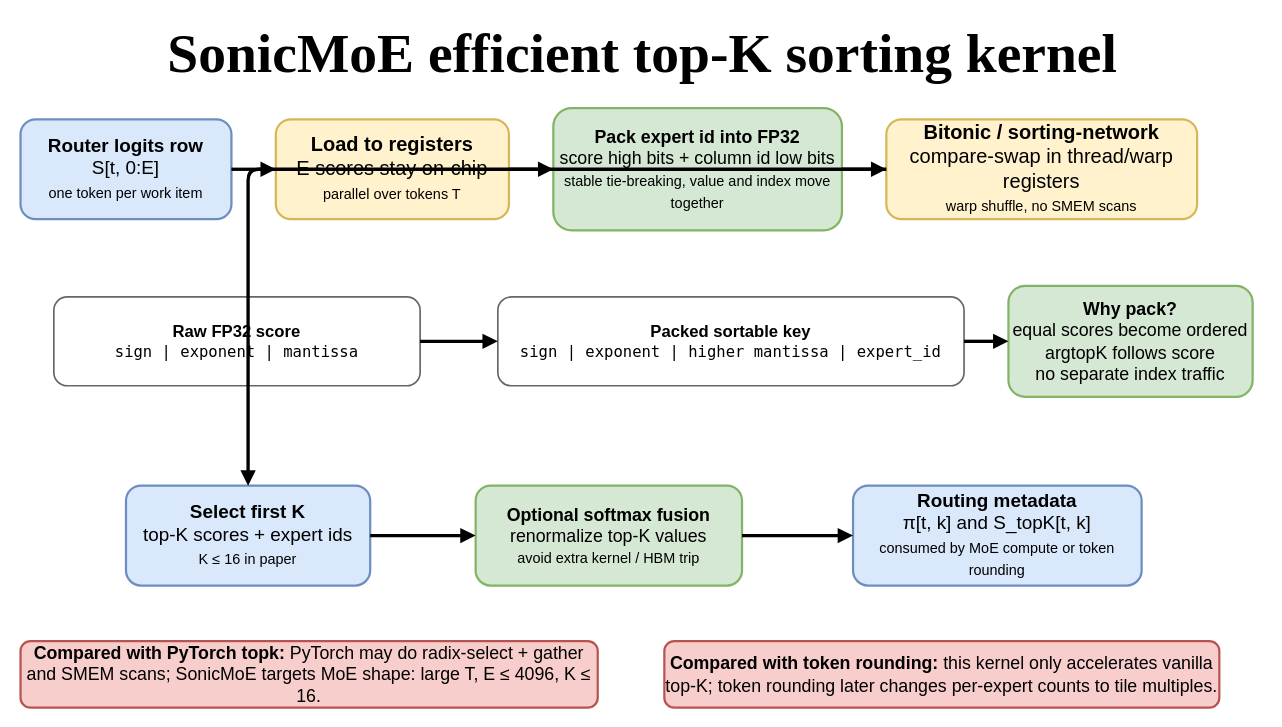
This is static/drawio/2026-04-27-sonicmoe-blackwell-深度解读-fine-grained-moe-kernel-的算法-软件-硬件三层堆叠/figures/F4.drawio from cassiewilliam/blog, a draw.io file, before an edit. Source tidied: cells renumbered, new cells numbered last; positions are measured from the earlier drawing's top-left corner, leaving out a move shared by most shapes. Both pictures are drawn from the tidied source at 111%, with x=0, y=0 at pixel (20, 19).
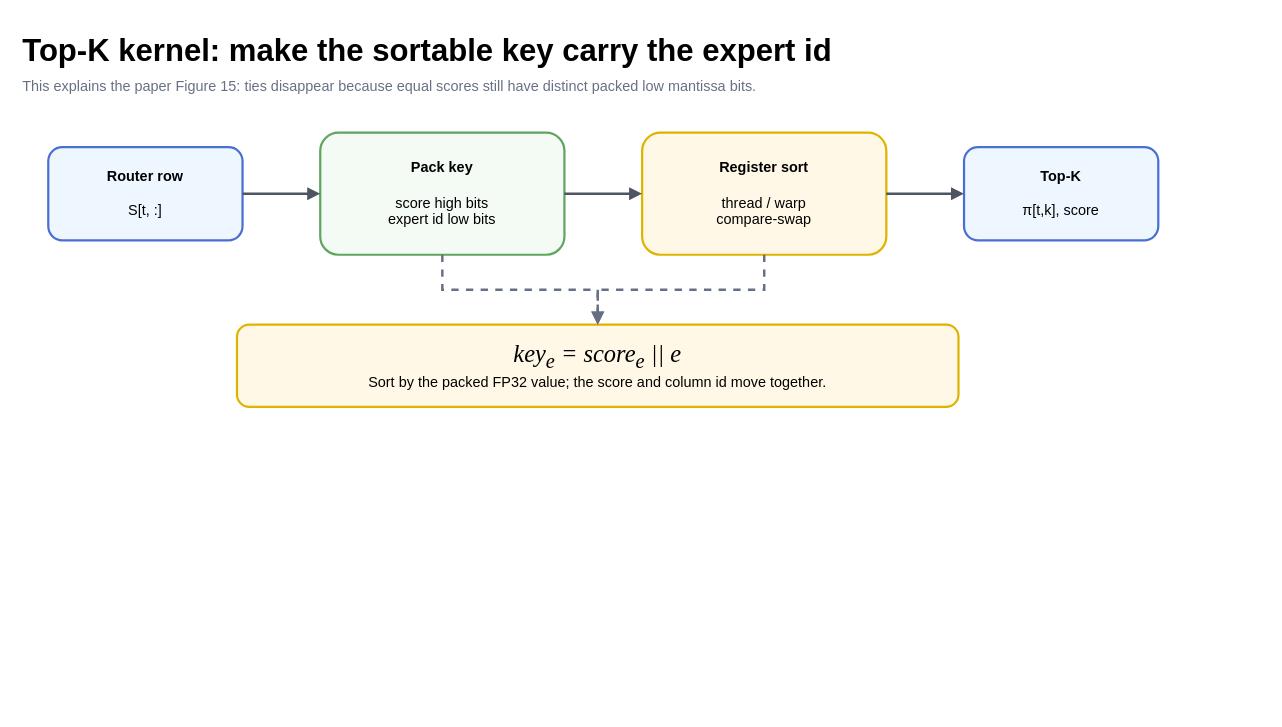
After the change.

Commit message (it also covers changes not shown here):
Redraw SonicMoE explainer figures

The edit, as a diff of the source:
```diff
@@
-    <mxCell id="2" value="&lt;font style=&quot;font-size: 50px;&quot;&gt;&lt;b&gt;SonicMoE efficient top-K sorting kernel&lt;/b&gt;&lt;/font&gt;" style="text;html=1;strokeColor=none;fillColor=none;align=center;verticalAlign=middle;fontFamily=Times New Roman;fontSize=50;" parent="1" vertex="1">
-      <mxGeometry width="1120" height="60" as="geometry" />
-    </mxCell>
-    <mxCell id="3" value="&lt;b&gt;Router logits row&lt;/b&gt;&lt;br&gt;S[t, 0:E]&lt;br&gt;&lt;font style=&quot;font-size:13px&quot;&gt;one token per work item&lt;/font&gt;" style="rounded=1;whiteSpace=wrap;html=1;fillColor=#dae8fc;strokeColor=#6c8ebf;strokeWidth=2;align=center;verticalAlign=middle;fontFamily=Helvetica;fontSize=17;" parent="1" vertex="1">
-      <mxGeometry y="90" width="190" height="90" as="geometry" />
-    </mxCell>
-    <mxCell id="4" value="&lt;b&gt;Load to registers&lt;/b&gt;&lt;br&gt;E scores stay on-chip&lt;br&gt;&lt;font style=&quot;font-size:13px&quot;&gt;parallel over tokens T&lt;/font&gt;" style="rounded=1;whiteSpace=wrap;html=1;fillColor=#fff2cc;strokeColor=#d6b656;strokeWidth=2;align=center;verticalAlign=middle;fontFamily=Helvetica;fontSize=18;" parent="1" vertex="1">
-      <mxGeometry x="230" y="90" width="210" height="90" as="geometry" />
-    </mxCell>
-    <mxCell id="5" value="&lt;b&gt;Pack expert id into FP32&lt;/b&gt;&lt;br&gt;score high bits + column id low bits&lt;br&gt;&lt;font style=&quot;font-size:13px&quot;&gt;stable tie-breaking, value and index move together&lt;/font&gt;" style="rounded=1;whiteSpace=wrap;html=1;fillColor=#d5e8d4;strokeColor=#82b366;strokeWidth=2;align=center;verticalAlign=middle;fontFamily=Helvetica;fontSize=16;" parent="1" vertex="1">
-      <mxGeometry x="480" y="80" width="260" height="110" as="geometry" />
-    </mxCell>
-    <mxCell id="6" value="&lt;b&gt;Bitonic / sorting-network&lt;/b&gt;&lt;br&gt;compare-swap in thread/warp registers&lt;br&gt;&lt;font style=&quot;font-size:13px&quot;&gt;warp shuffle, no SMEM scans&lt;/font&gt;" style="rounded=1;whiteSpace=wrap;html=1;fillColor=#fff2cc;strokeColor=#d6b656;strokeWidth=2;align=center;verticalAlign=middle;fontFamily=Helvetica;fontSize=18;" parent="1" vertex="1">
-      <mxGeometry x="780" y="90" width="280" height="90" as="geometry" />
-    </mxCell>
-    <mxCell id="7" style="edgeStyle=orthogonalEdgeStyle;rounded=0;jettySize=auto;html=1;strokeWidth=3;endArrow=block;html=1;rounded=1;" parent="1" edge="1" source="3" target="4">
-      <mxGeometry relative="1" as="geometry" />
-    </mxCell>
-    <mxCell id="8" style="edgeStyle=orthogonalEdgeStyle;rounded=0;jettySize=auto;html=1;strokeWidth=3;endArrow=block;html=1;rounded=1;" parent="1" edge="1" source="4" target="5">
-      <mxGeometry relative="1" as="geometry" />
-    </mxCell>
-    <mxCell id="9" style="edgeStyle=orthogonalEdgeStyle;rounded=0;jettySize=auto;html=1;strokeWidth=3;endArrow=block;html=1;rounded=1;" parent="1" edge="1" source="5" target="6">
-      <mxGeometry relative="1" as="geometry" />
-    </mxCell>
-    <mxCell id="10" value="&lt;b&gt;Raw FP32 score&lt;/b&gt;&lt;br&gt;&lt;font style=&quot;font-family:Menlo;font-size:14px&quot;&gt;sign | exponent | mantissa&lt;/font&gt;" style="rounded=1;whiteSpace=wrap;html=1;fillColor=#ffffff;strokeColor=#666666;strokeWidth=1.5;align=center;verticalAlign=middle;fontFamily=Helvetica;fontSize=15;" parent="1" vertex="1">
-      <mxGeometry x="30" y="250" width="330" height="80" as="geometry" />
-    </mxCell>
-    <mxCell id="11" value="&lt;b&gt;Packed sortable key&lt;/b&gt;&lt;br&gt;&lt;font style=&quot;font-family:Menlo;font-size:14px&quot;&gt;sign | exponent | higher mantissa | expert_id&lt;/font&gt;" style="rounded=1;whiteSpace=wrap;html=1;fillColor=#ffffff;strokeColor=#666666;strokeWidth=1.5;align=center;verticalAlign=middle;fontFamily=Helvetica;fontSize=15;" parent="1" vertex="1">
-      <mxGeometry x="430" y="250" width="420" height="80" as="geometry" />
-    </mxCell>
-    <mxCell id="12" value="&lt;b&gt;Why pack?&lt;/b&gt;&lt;br&gt;equal scores become ordered&lt;br&gt;argtopK follows score&lt;br&gt;no separate index traffic" style="rounded=1;whiteSpace=wrap;html=1;fillColor=#d5e8d4;strokeColor=#82b366;strokeWidth=2;align=center;verticalAlign=middle;fontFamily=Helvetica;fontSize=16;" parent="1" vertex="1">
-      <mxGeometry x="890" y="240" width="220" height="100" as="geometry" />
-    </mxCell>
-    <mxCell id="13" style="edgeStyle=orthogonalEdgeStyle;rounded=0;jettySize=auto;html=1;strokeWidth=3;endArrow=block;html=1;rounded=1;" parent="1" edge="1" source="10" target="11">
-      <mxGeometry relative="1" as="geometry" />
-    </mxCell>
-    <mxCell id="14" style="edgeStyle=orthogonalEdgeStyle;rounded=0;jettySize=auto;html=1;strokeWidth=3;endArrow=block;html=1;rounded=1;" parent="1" edge="1" source="11" target="12">
-      <mxGeometry relative="1" as="geometry" />
-    </mxCell>
-    <mxCell id="15" value="&lt;b&gt;Select first K&lt;/b&gt;&lt;br&gt;top-K scores + expert ids&lt;br&gt;&lt;font style=&quot;font-size:13px&quot;&gt;K ≤ 16 in paper&lt;/font&gt;" style="rounded=1;whiteSpace=wrap;html=1;fillColor=#dae8fc;strokeColor=#6c8ebf;strokeWidth=2;align=center;verticalAlign=middle;fontFamily=Helvetica;fontSize=17;" parent="1" vertex="1">
-      <mxGeometry x="95" y="420" width="220" height="90" as="geometry" />
-    </mxCell>
-    <mxCell id="16" value="&lt;b&gt;Optional softmax fusion&lt;/b&gt;&lt;br&gt;renormalize top-K values&lt;br&gt;&lt;font style=&quot;font-size:13px&quot;&gt;avoid extra kernel / HBM trip&lt;/font&gt;" style="rounded=1;whiteSpace=wrap;html=1;fillColor=#d5e8d4;strokeColor=#82b366;strokeWidth=2;align=center;verticalAlign=middle;fontFamily=Helvetica;fontSize=16;" parent="1" vertex="1">
-      <mxGeometry x="410" y="420" width="240" height="90" as="geometry" />
-    </mxCell>
-    <mxCell id="17" value="&lt;b&gt;Routing metadata&lt;/b&gt;&lt;br&gt;π[t, k] and S_topK[t, k]&lt;br&gt;&lt;font style=&quot;font-size:13px&quot;&gt;consumed by MoE compute or token rounding&lt;/font&gt;" style="rounded=1;whiteSpace=wrap;html=1;fillColor=#dae8fc;strokeColor=#6c8ebf;strokeWidth=2;align=center;verticalAlign=middle;fontFamily=Helvetica;fontSize=17;" parent="1" vertex="1">
-      <mxGeometry x="750" y="420" width="260" height="90" as="geometry" />
-    </mxCell>
-    <mxCell id="18" style="edgeStyle=orthogonalEdgeStyle;rounded=0;jettySize=auto;html=1;strokeWidth=3;endArrow=block;html=1;rounded=1;" parent="1" edge="1" source="6" target="15">
-      <mxGeometry relative="1" as="geometry" />
-    </mxCell>
-    <mxCell id="19" style="edgeStyle=orthogonalEdgeStyle;rounded=0;jettySize=auto;html=1;strokeWidth=3;endArrow=block;html=1;rounded=1;" parent="1" edge="1" source="15" target="16">
-      <mxGeometry relative="1" as="geometry" />
-    </mxCell>
-    <mxCell id="20" style="edgeStyle=orthogonalEdgeStyle;rounded=0;jettySize=auto;html=1;strokeWidth=3;endArrow=block;html=1;rounded=1;" parent="1" edge="1" source="16" target="17">
-      <mxGeometry relative="1" as="geometry" />
-    </mxCell>
-    <mxCell id="21" value="&lt;b&gt;Compared with PyTorch topk:&lt;/b&gt; PyTorch may do radix-select + gather and SMEM scans; SonicMoE targets MoE shape: large T, E ≤ 4096, K ≤ 16." style="rounded=1;whiteSpace=wrap;html=1;fillColor=#f8cecc;strokeColor=#b85450;strokeWidth=2;align=center;verticalAlign=middle;fontFamily=Helvetica;fontSize=16;" parent="1" vertex="1">
-      <mxGeometry y="560" width="520" height="60" as="geometry" />
-    </mxCell>
-    <mxCell id="22" value="&lt;b&gt;Compared with token rounding:&lt;/b&gt; this kernel only accelerates vanilla top-K; token rounding later changes per-expert counts to tile multiples." style="rounded=1;whiteSpace=wrap;html=1;fillColor=#f8cecc;strokeColor=#b85450;strokeWidth=2;align=center;verticalAlign=middle;fontFamily=Helvetica;fontSize=16;" parent="1" vertex="1">
-      <mxGeometry x="580" y="560" width="500" height="60" as="geometry" />
-    </mxCell>
+    <mxCell id="23" value="Top-K kernel: make the sortable key carry the expert id" style="text;html=1;strokeColor=none;fillColor=none;align=left;verticalAlign=middle;fontFamily=Helvetica;fontSize=28;fontStyle=1;" parent="1" vertex="1">
+      <mxGeometry y="8" width="1040" height="40" as="geometry" />
+    </mxCell>
+    <mxCell id="24" value="This explains the paper Figure 15: ties disappear because equal scores still have distinct packed low mantissa bits." style="text;html=1;strokeColor=none;fillColor=none;align=left;verticalAlign=middle;fontFamily=Helvetica;fontSize=13;fontColor=#667085;" parent="1" vertex="1">
+      <mxGeometry y="48" width="1020" height="24" as="geometry" />
+    </mxCell>
+    <mxCell id="25" value="&lt;b&gt;Router row&lt;/b&gt;&lt;br&gt;&lt;br&gt;S[t, :]" style="rounded=1;whiteSpace=wrap;html=1;fillColor=#eef7ff;strokeColor=#4a6fd3;strokeWidth=2;align=center;verticalAlign=middle;fontFamily=Helvetica;fontSize=13;" parent="1" vertex="1">
+      <mxGeometry x="25" y="115" width="175" height="84" as="geometry" />
+    </mxCell>
+    <mxCell id="26" value="&lt;b&gt;Pack key&lt;/b&gt;&lt;br&gt;&lt;br&gt;score high bits&lt;br&gt;expert id low bits" style="rounded=1;whiteSpace=wrap;html=1;fillColor=#f4faf4;strokeColor=#5fa55f;strokeWidth=2;align=center;verticalAlign=middle;fontFamily=Helvetica;fontSize=13;" parent="1" vertex="1">
+      <mxGeometry x="270" y="102" width="220" height="110" as="geometry" />
+    </mxCell>
+    <mxCell id="27" value="&lt;b&gt;Register sort&lt;/b&gt;&lt;br&gt;&lt;br&gt;thread / warp&lt;br&gt;compare-swap" style="rounded=1;whiteSpace=wrap;html=1;fillColor=#fff8e7;strokeColor=#e0b300;strokeWidth=2;align=center;verticalAlign=middle;fontFamily=Helvetica;fontSize=13;" parent="1" vertex="1">
+      <mxGeometry x="560" y="102" width="220" height="110" as="geometry" />
+    </mxCell>
+    <mxCell id="28" value="&lt;b&gt;Top-K&lt;/b&gt;&lt;br&gt;&lt;br&gt;π[t,k], score" style="rounded=1;whiteSpace=wrap;html=1;fillColor=#eef7ff;strokeColor=#4a6fd3;strokeWidth=2;align=center;verticalAlign=middle;fontFamily=Helvetica;fontSize=13;" parent="1" vertex="1">
+      <mxGeometry x="850" y="115" width="175" height="84" as="geometry" />
+    </mxCell>
+    <mxCell id="29" style="edgeStyle=orthogonalEdgeStyle;rounded=0;html=1;strokeColor=#4d5562;strokeWidth=2.2;endArrow=block;" parent="1" edge="1" source="25" target="26">
+      <mxGeometry relative="1" as="geometry" />
+    </mxCell>
+    <mxCell id="30" style="edgeStyle=orthogonalEdgeStyle;rounded=0;html=1;strokeColor=#4d5562;strokeWidth=2.2;endArrow=block;" parent="1" edge="1" source="26" target="27">
+      <mxGeometry relative="1" as="geometry" />
+    </mxCell>
+    <mxCell id="31" style="edgeStyle=orthogonalEdgeStyle;rounded=0;html=1;strokeColor=#4d5562;strokeWidth=2.2;endArrow=block;" parent="1" edge="1" source="27" target="28">
+      <mxGeometry relative="1" as="geometry" />
+    </mxCell>
+    <mxCell id="32" value="&lt;font face=&quot;Times New Roman&quot; style=&quot;font-size: 22px;&quot;&gt;&lt;i&gt;key&lt;sub&gt;e&lt;/sub&gt; = score&lt;sub&gt;e&lt;/sub&gt; || e&lt;/i&gt;&lt;/font&gt;&lt;br&gt;Sort by the packed FP32 value; the score and column id move together." style="rounded=1;whiteSpace=wrap;html=1;fillColor=#fff8e7;strokeColor=#e0b300;strokeWidth=2;align=center;verticalAlign=middle;fontFamily=Helvetica;fontSize=13;" parent="1" vertex="1">
+      <mxGeometry x="195" y="275" width="650" height="74" as="geometry" />
+    </mxCell>
+    <mxCell id="33" style="edgeStyle=orthogonalEdgeStyle;rounded=0;html=1;strokeColor=#4d5562;strokeWidth=2.2;endArrow=block;dashed=1;strokeColor=#667085;" parent="1" edge="1" source="26" target="32">
+      <mxGeometry relative="1" as="geometry" />
+    </mxCell>
+    <mxCell id="34" style="edgeStyle=orthogonalEdgeStyle;rounded=0;html=1;strokeColor=#4d5562;strokeWidth=2.2;endArrow=block;dashed=1;strokeColor=#667085;" parent="1" edge="1" source="27" target="32">
+      <mxGeometry relative="1" as="geometry" />
+    </mxCell>
```
